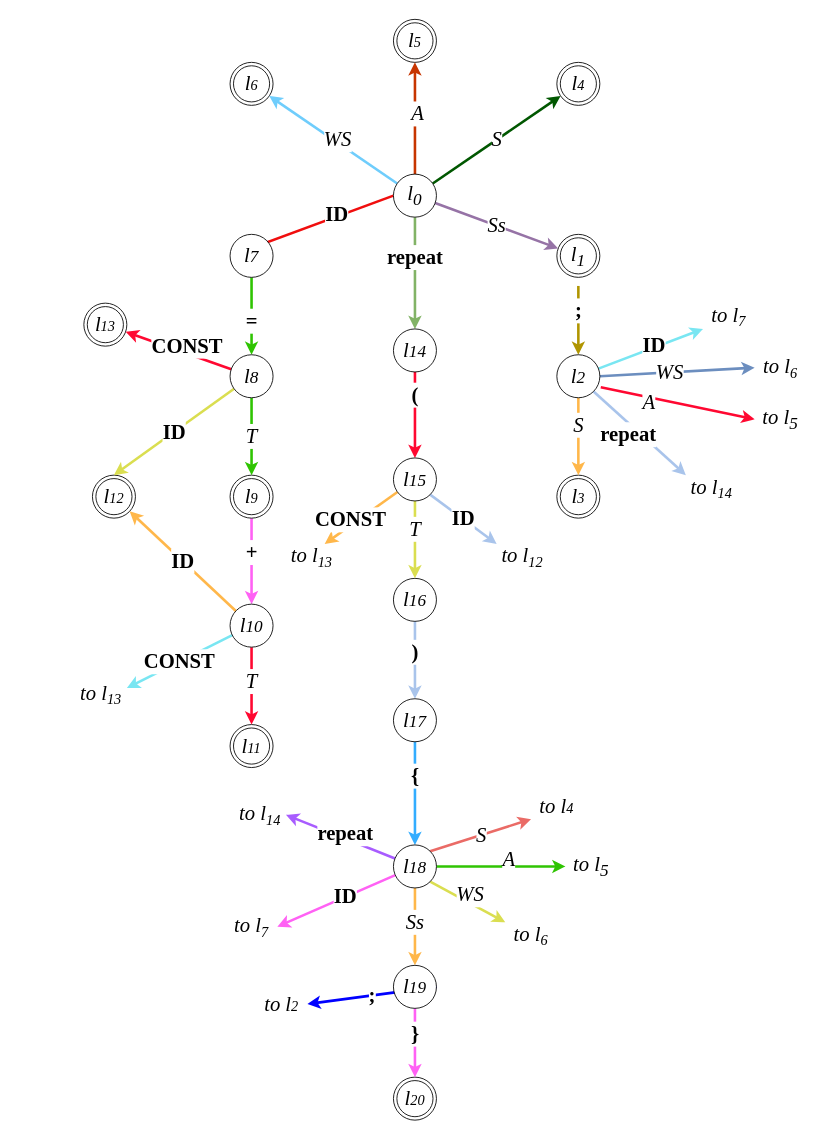
The draw.io diagram Programski Prevodioci/Lab/2021/Lab 2/Latest.drawio in sssteeefaaan/VII-Semestar, before the edit. Source tidied: cells renumbered, new cells numbered last; positions are measured from the earlier drawing's top-left corner, leaving out a move shared by most shapes. Both pictures are drawn from the tidied source at 86%, with x=0, y=0 at pixel (75, 19).
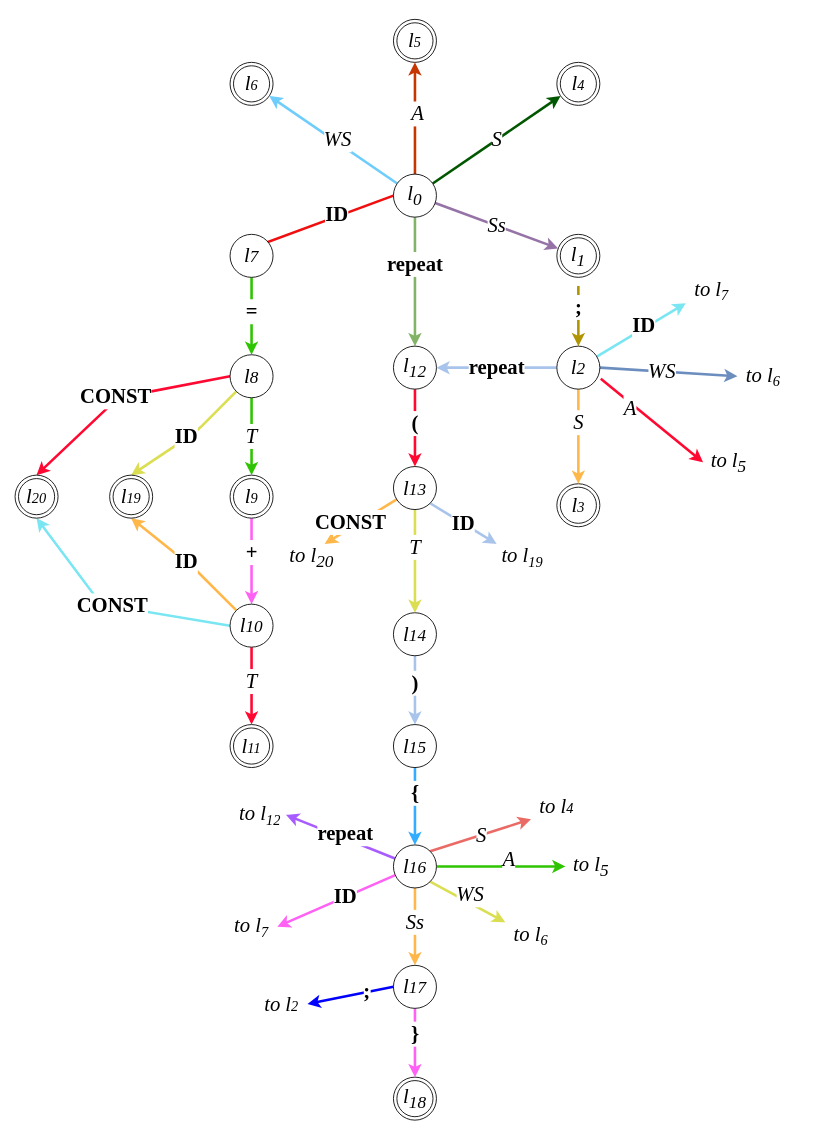
The same diagram, later.

Unchanged cells that the change refers to:
```xml
<mxCell id="7" value="&lt;h1&gt;&lt;i style=&quot;font-weight: normal&quot;&gt;&lt;font face=&quot;Times New Roman&quot;&gt;l&lt;span style=&quot;font-size: 16.6667px&quot;&gt;11&lt;/span&gt;&lt;/font&gt;&lt;/i&gt;&lt;/h1&gt;" style="ellipse;shape=doubleEllipse;whiteSpace=wrap;html=1;" parent="1" vertex="1">
  <mxGeometry x="180" y="820" width="50" height="50" as="geometry" />
</mxCell>
<mxCell id="28" value="&lt;h1&gt;&lt;i style=&quot;font-weight: normal&quot;&gt;l&lt;span style=&quot;font-size: 20px&quot;&gt;7&lt;/span&gt;&lt;/i&gt;&lt;/h1&gt;" style="ellipse;whiteSpace=wrap;html=1;fontFamily=Times New Roman;" parent="1" vertex="1">
  <mxGeometry x="180" y="250" width="50" height="50" as="geometry" />
</mxCell>
<mxCell id="32" value="&lt;h1&gt;&lt;i style=&quot;font-weight: normal&quot;&gt;l&lt;span style=&quot;font-size: 20px&quot;&gt;8&lt;/span&gt;&lt;/i&gt;&lt;/h1&gt;" style="ellipse;whiteSpace=wrap;html=1;fontFamily=Times New Roman;" parent="1" vertex="1">
  <mxGeometry x="180" y="390" width="50" height="50" as="geometry" />
</mxCell>
<mxCell id="36" value="&lt;h1&gt;&lt;i style=&quot;font-weight: normal&quot;&gt;l&lt;span style=&quot;font-size: 20px&quot;&gt;10&lt;/span&gt;&lt;/i&gt;&lt;/h1&gt;" style="ellipse;whiteSpace=wrap;html=1;fontFamily=Times New Roman;" parent="1" vertex="1">
  <mxGeometry x="180" y="680" width="50" height="50" as="geometry" />
</mxCell>
<mxCell id="68" value="&lt;i&gt;to l&lt;span style=&quot;font-size: 16.6667px&quot;&gt;2&lt;/span&gt;&lt;/i&gt;" style="text;html=1;strokeColor=none;fillColor=none;align=center;verticalAlign=middle;whiteSpace=wrap;rounded=0;fontFamily=Times New Roman;fontSize=24;" parent="1" vertex="1">
  <mxGeometry x="210" y="1130" width="60" height="30" as="geometry" />
</mxCell>
```

What changed in the source:
```diff
@@
-    <mxCell id="4" value="&lt;h1&gt;&lt;i style=&quot;font-weight: normal&quot;&gt;&lt;font face=&quot;Times New Roman&quot;&gt;l&lt;span style=&quot;font-size: 16.6667px&quot;&gt;20&lt;/span&gt;&lt;/font&gt;&lt;/i&gt;&lt;/h1&gt;" style="ellipse;shape=doubleEllipse;whiteSpace=wrap;html=1;" parent="1" vertex="1">
+    <mxCell id="4" value="&lt;h1&gt;&lt;font face=&quot;Times New Roman&quot;&gt;&lt;span style=&quot;font-weight: 400&quot;&gt;&lt;i&gt;l&lt;sub&gt;18&lt;/sub&gt;&lt;/i&gt;&lt;/span&gt;&lt;/font&gt;&lt;/h1&gt;" style="ellipse;shape=doubleEllipse;whiteSpace=wrap;html=1;" parent="1" vertex="1">
       <mxGeometry x="370" y="1230" width="50" height="50" as="geometry" />
     </mxCell>
-    <mxCell id="5" value="&lt;h1&gt;&lt;i style=&quot;font-weight: normal&quot;&gt;&lt;font face=&quot;Times New Roman&quot;&gt;l&lt;span style=&quot;font-size: 16.6667px&quot;&gt;13&lt;/span&gt;&lt;/font&gt;&lt;/i&gt;&lt;/h1&gt;" style="ellipse;shape=doubleEllipse;whiteSpace=wrap;html=1;" parent="1" vertex="1">
-      <mxGeometry x="10" y="330" width="50" height="50" as="geometry" />
-    </mxCell>
-    <mxCell id="6" value="&lt;h1&gt;&lt;i style=&quot;font-weight: normal&quot;&gt;&lt;font face=&quot;Times New Roman&quot;&gt;l&lt;span style=&quot;font-size: 16.6667px&quot;&gt;12&lt;/span&gt;&lt;/font&gt;&lt;/i&gt;&lt;/h1&gt;" style="ellipse;shape=doubleEllipse;whiteSpace=wrap;html=1;" parent="1" vertex="1">
-      <mxGeometry x="20" y="530" width="50" height="50" as="geometry" />
-    </mxCell>
@@
     <mxCell id="13" value="&lt;h1&gt;&lt;i style=&quot;font-weight: normal&quot;&gt;&lt;font face=&quot;Times New Roman&quot;&gt;l&lt;span style=&quot;font-size: 16.6667px&quot;&gt;3&lt;/span&gt;&lt;/font&gt;&lt;/i&gt;&lt;/h1&gt;" style="ellipse;shape=doubleEllipse;whiteSpace=wrap;html=1;" parent="1" vertex="1">
-      <mxGeometry x="560" y="530" width="50" height="50" as="geometry" />
+      <mxGeometry x="560" y="540" width="50" height="50" as="geometry" />
     </mxCell>
@@
     <mxCell id="19" value="&lt;b&gt;=&lt;/b&gt;" style="jettySize=auto;html=1;entryDx=0;entryDy=0;fontFamily=Times New Roman;fontSize=24;elbow=vertical;orthogonal=1;strokeColor=#2FC402;strokeWidth=3;exitX=0.5;exitY=1;exitDx=0;exitDy=0;" parent="1" edge="1" source="28" target="32">
-      <mxGeometry x="0.11" relative="1" as="geometry">
-        <mxPoint y="1" as="offset" />
-      </mxGeometry>
+      <mxGeometry x="-0.11" relative="1" as="geometry" />
     </mxCell>
@@
-    <mxCell id="25" value="&lt;b&gt;repeat&lt;/b&gt;" style="jettySize=auto;html=1;exitDx=0;exitDy=0;fontFamily=Times New Roman;fontSize=24;elbow=vertical;targetPortConstraint=none;orthogonal=1;strokeColor=#A9C4EB;strokeWidth=3;exitX=1;exitY=1;entryX=0;entryY=0;entryDx=0;entryDy=0;" parent="1" edge="1" source="27" target="60">
-      <mxGeometry x="-0.12" y="-10" relative="1" as="geometry" />
+    <mxCell id="25" value="&lt;b&gt;repeat&lt;/b&gt;" style="jettySize=auto;html=1;exitDx=0;exitDy=0;fontFamily=Times New Roman;fontSize=24;elbow=vertical;targetPortConstraint=none;orthogonal=1;strokeColor=#A9C4EB;strokeWidth=3;exitX=0;exitY=0.5;entryX=1;entryY=0.5;entryDx=0;entryDy=0;" parent="1" edge="1" source="27" target="38">
+      <mxGeometry relative="1" as="geometry" />
     </mxCell>
@@
     <mxCell id="27" value="&lt;h1&gt;&lt;i style=&quot;font-weight: normal&quot;&gt;l&lt;span style=&quot;font-size: 20px&quot;&gt;2&lt;/span&gt;&lt;/i&gt;&lt;/h1&gt;" style="ellipse;whiteSpace=wrap;html=1;fontFamily=Times New Roman;" parent="1" vertex="1">
-      <mxGeometry x="560" y="390" width="50" height="50" as="geometry" />
+      <mxGeometry x="560" y="380" width="50" height="50" as="geometry" />
     </mxCell>
@@
-    <mxCell id="30" value="&lt;b&gt;ID&lt;/b&gt;" style="jettySize=auto;html=1;exitDx=0;exitDy=0;fontFamily=Times New Roman;fontSize=24;elbow=vertical;orthogonal=1;strokeColor=#DADE50;strokeWidth=3;entryX=0.5;entryY=0;entryDx=0;entryDy=0;" parent="1" edge="1" source="32" target="6">
-      <mxGeometry relative="1" as="geometry" />
+    <mxCell id="30" value="&lt;b&gt;ID&lt;/b&gt;" style="jettySize=auto;html=1;exitDx=0;exitDy=0;fontFamily=Times New Roman;fontSize=24;elbow=vertical;orthogonal=1;strokeColor=#DADE50;strokeWidth=3;entryX=0.5;entryY=0;entryDx=0;entryDy=0;" parent="1" edge="1" source="32" target="70">
+      <mxGeometry y="-2" relative="1" as="geometry">
+        <Array as="points">
+          <mxPoint x="140" y="480" />
+        </Array>
+      </mxGeometry>
     </mxCell>
-    <mxCell id="31" value="&lt;b&gt;CONST&lt;/b&gt;" style="jettySize=auto;html=1;exitDx=0;exitDy=0;entryDx=0;entryDy=0;entryPerimeter=0;fontFamily=Times New Roman;fontSize=24;elbow=vertical;orthogonal=1;strokeColor=#FF0831;strokeWidth=3;" parent="1" edge="1" source="32" target="5">
-      <mxGeometry x="-0.12" y="-8" relative="1" as="geometry" />
+    <mxCell id="31" value="&lt;b&gt;CONST&lt;/b&gt;" style="jettySize=auto;html=1;exitDx=0;exitDy=0;entryDx=0;entryDy=0;fontFamily=Times New Roman;fontSize=24;elbow=vertical;orthogonal=1;strokeColor=#FF0831;strokeWidth=3;entryX=0.5;entryY=0;exitX=0;exitY=0.5;" parent="1" edge="1" source="32" target="71">
+      <mxGeometry x="0.02" y="-3" relative="1" as="geometry">
+        <Array as="points">
+          <mxPoint x="50" y="440" />
+        </Array>
+      </mxGeometry>
     </mxCell>
@@
-    <mxCell id="33" value="&lt;span style=&quot;font-style: normal&quot;&gt;&lt;b&gt;ID&lt;/b&gt;&lt;/span&gt;" style="rounded=0;jettySize=auto;html=1;exitDx=0;exitDy=0;entryDx=0;entryDy=0;fontFamily=Times New Roman;fontSize=24;elbow=vertical;fontStyle=2;orthogonal=1;strokeColor=#FFB74A;strokeWidth=3;" parent="1" edge="1" source="36" target="6">
-      <mxGeometry relative="1" as="geometry" />
+    <mxCell id="33" value="&lt;span style=&quot;font-style: normal&quot;&gt;&lt;b&gt;ID&lt;/b&gt;&lt;/span&gt;" style="rounded=0;jettySize=auto;html=1;exitDx=0;exitDy=0;entryDx=0;entryDy=0;fontFamily=Times New Roman;fontSize=24;elbow=vertical;fontStyle=2;orthogonal=1;strokeColor=#FFB74A;strokeWidth=3;entryX=0.5;entryY=1;" parent="1" edge="1" source="36" target="70">
+      <mxGeometry relative="1" as="geometry">
+        <Array as="points">
+          <mxPoint x="140" y="640" />
+        </Array>
+      </mxGeometry>
     </mxCell>
-    <mxCell id="34" value="&lt;b&gt;CONST&lt;/b&gt;" style="rounded=0;jettySize=auto;html=1;exitDx=0;exitDy=0;fontFamily=Times New Roman;fontSize=24;elbow=vertical;orthogonal=1;strokeColor=#79E6F2;strokeWidth=3;entryX=1;entryY=0.25;entryDx=0;entryDy=0;" parent="1" edge="1" source="36" target="67">
-      <mxGeometry relative="1" as="geometry" />
+    <mxCell id="34" value="&lt;b&gt;CONST&lt;/b&gt;" style="rounded=0;jettySize=auto;html=1;exitDx=0;exitDy=0;fontFamily=Times New Roman;fontSize=24;elbow=vertical;orthogonal=1;strokeColor=#79E6F2;strokeWidth=3;entryX=0.5;entryY=1;entryDx=0;entryDy=0;exitX=0;exitY=0.5;" parent="1" edge="1" source="36" target="71">
+      <mxGeometry relative="1" as="geometry">
+        <Array as="points">
+          <mxPoint x="30" y="680" />
+        </Array>
+      </mxGeometry>
     </mxCell>
-    <mxCell id="35" value="&lt;i&gt;T&lt;/i&gt;" style="jettySize=auto;html=1;exitDx=0;exitDy=0;entryDx=0;entryDy=0;fontFamily=Times New Roman;fontSize=24;elbow=vertical;orthogonal=1;strokeColor=#FF0831;strokeWidth=3;" parent="1" edge="1" source="36" target="7">
+    <mxCell id="35" value="&lt;i&gt;T&lt;/i&gt;" style="jettySize=auto;html=1;exitDx=0;exitDy=0;entryDx=0;entryDy=0;fontFamily=Times New Roman;fontSize=24;elbow=vertical;orthogonal=1;strokeColor=#FF0831;strokeWidth=3;entryX=0.5;entryY=0;" parent="1" edge="1" source="36" target="7">
       <mxGeometry x="-0.11" relative="1" as="geometry" />
     </mxCell>
@@
     <mxCell id="37" value="&lt;b&gt;(&lt;/b&gt;" style="jettySize=auto;html=1;exitDx=0;exitDy=0;entryDx=0;entryDy=0;fontFamily=Times New Roman;fontSize=24;elbow=vertical;orthogonal=1;strokeColor=#FF0831;strokeWidth=3;entryX=0.5;entryY=0;exitX=0.5;exitY=1;" parent="1" edge="1" source="38" target="56">
-      <mxGeometry x="-0.45" relative="1" as="geometry">
-        <mxPoint y="-1" as="offset" />
-      </mxGeometry>
+      <mxGeometry x="-0.11" relative="1" as="geometry" />
     </mxCell>
-    <mxCell id="38" value="&lt;h1&gt;&lt;i style=&quot;font-weight: normal&quot;&gt;l&lt;span style=&quot;font-size: 20px&quot;&gt;14&lt;/span&gt;&lt;/i&gt;&lt;/h1&gt;" style="ellipse;whiteSpace=wrap;html=1;fontFamily=Times New Roman;" parent="1" vertex="1">
-      <mxGeometry x="370" y="360" width="50" height="50" as="geometry" />
+    <mxCell id="38" value="&lt;h1 style=&quot;font-size: 24px&quot;&gt;&lt;i style=&quot;font-weight: normal&quot;&gt;l&lt;span&gt;&lt;sub&gt;12&lt;/sub&gt;&lt;/span&gt;&lt;/i&gt;&lt;/h1&gt;" style="ellipse;whiteSpace=wrap;html=1;fontFamily=Times New Roman;" parent="1" vertex="1">
+      <mxGeometry x="370" y="380" width="50" height="50" as="geometry" />
     </mxCell>
@@
-    <mxCell id="40" value="&lt;h1&gt;&lt;i style=&quot;font-weight: normal&quot;&gt;l&lt;span style=&quot;font-size: 20px&quot;&gt;16&lt;/span&gt;&lt;/i&gt;&lt;/h1&gt;" style="ellipse;whiteSpace=wrap;html=1;fontFamily=Times New Roman;" parent="1" vertex="1">
-      <mxGeometry x="370" y="650" width="50" height="50" as="geometry" />
+    <mxCell id="40" value="&lt;h1&gt;&lt;i style=&quot;font-weight: normal&quot;&gt;l&lt;span style=&quot;font-size: 20px&quot;&gt;14&lt;/span&gt;&lt;/i&gt;&lt;/h1&gt;" style="ellipse;whiteSpace=wrap;html=1;fontFamily=Times New Roman;" parent="1" vertex="1">
+      <mxGeometry x="370" y="690" width="50" height="50" as="geometry" />
     </mxCell>
@@
-    <mxCell id="42" value="&lt;h1&gt;&lt;i style=&quot;font-weight: normal&quot;&gt;l&lt;span style=&quot;font-size: 20px&quot;&gt;17&lt;/span&gt;&lt;/i&gt;&lt;/h1&gt;" style="ellipse;whiteSpace=wrap;html=1;fontFamily=Times New Roman;" parent="1" vertex="1">
-      <mxGeometry x="370" y="790" width="50" height="50" as="geometry" />
+    <mxCell id="42" value="&lt;h1&gt;&lt;i style=&quot;font-weight: normal&quot;&gt;l&lt;span style=&quot;font-size: 20px&quot;&gt;15&lt;/span&gt;&lt;/i&gt;&lt;/h1&gt;" style="ellipse;whiteSpace=wrap;html=1;fontFamily=Times New Roman;" parent="1" vertex="1">
+      <mxGeometry x="370" y="820" width="50" height="50" as="geometry" />
     </mxCell>
@@
-    <mxCell id="48" value="&lt;font style=&quot;font-size: 24px&quot;&gt;&lt;b&gt;;&lt;/b&gt;&lt;/font&gt;" style="rounded=0;jettySize=auto;html=1;exitX=1;exitY=0.5;exitDx=0;exitDy=0;fontFamily=Times New Roman;strokeColor=#0000FF;strokeWidth=3;entryX=1;entryY=0.5;entryDx=0;entryDy=0;" parent="1" edge="1" source="52" target="68">
-      <mxGeometry relative="1" as="geometry" />
+    <mxCell id="48" value="&lt;font style=&quot;font-size: 24px&quot;&gt;&lt;b&gt;;&lt;/b&gt;&lt;/font&gt;" style="rounded=0;jettySize=auto;html=1;exitX=0;exitY=0.5;exitDx=0;exitDy=0;fontFamily=Times New Roman;strokeColor=#0000FF;strokeWidth=3;entryX=1;entryY=0.5;entryDx=0;entryDy=0;" parent="1" edge="1" source="52" target="68">
+      <mxGeometry x="-0.4" y="-1" relative="1" as="geometry" />
     </mxCell>
@@
-    <mxCell id="50" value="&lt;h1&gt;&lt;i style=&quot;font-weight: normal&quot;&gt;l&lt;span style=&quot;font-size: 20px&quot;&gt;18&lt;/span&gt;&lt;/i&gt;&lt;/h1&gt;" style="ellipse;whiteSpace=wrap;html=1;fontFamily=Times New Roman;" parent="1" vertex="1">
+    <mxCell id="50" value="&lt;h1&gt;&lt;i style=&quot;font-weight: normal&quot;&gt;l&lt;span style=&quot;font-size: 20px&quot;&gt;16&lt;/span&gt;&lt;/i&gt;&lt;/h1&gt;" style="ellipse;whiteSpace=wrap;html=1;fontFamily=Times New Roman;" parent="1" vertex="1">
       <mxGeometry x="370" y="960" width="50" height="50" as="geometry" />
     </mxCell>
@@
-    <mxCell id="52" value="&lt;h1&gt;&lt;i style=&quot;font-weight: normal&quot;&gt;l&lt;span style=&quot;font-size: 20px&quot;&gt;19&lt;/span&gt;&lt;/i&gt;&lt;/h1&gt;" style="ellipse;whiteSpace=wrap;html=1;fontFamily=Times New Roman;" parent="1" vertex="1">
+    <mxCell id="52" value="&lt;h1&gt;&lt;i style=&quot;font-weight: normal&quot;&gt;l&lt;span style=&quot;font-size: 20px&quot;&gt;17&lt;/span&gt;&lt;/i&gt;&lt;/h1&gt;" style="ellipse;whiteSpace=wrap;html=1;fontFamily=Times New Roman;" parent="1" vertex="1">
       <mxGeometry x="370" y="1100" width="50" height="50" as="geometry" />
     </mxCell>
@@
-    <mxCell id="56" value="&lt;h1&gt;&lt;i style=&quot;font-weight: normal&quot;&gt;l&lt;span style=&quot;font-size: 20px&quot;&gt;15&lt;/span&gt;&lt;/i&gt;&lt;/h1&gt;" style="ellipse;whiteSpace=wrap;html=1;fontFamily=Times New Roman;" parent="1" vertex="1">
-      <mxGeometry x="370" y="510" width="50" height="50" as="geometry" />
+    <mxCell id="56" value="&lt;h1&gt;&lt;i style=&quot;font-weight: normal&quot;&gt;l&lt;span style=&quot;font-size: 20px&quot;&gt;13&lt;/span&gt;&lt;/i&gt;&lt;/h1&gt;" style="ellipse;whiteSpace=wrap;html=1;fontFamily=Times New Roman;" parent="1" vertex="1">
+      <mxGeometry x="370" y="520" width="50" height="50" as="geometry" />
     </mxCell>
     <mxCell id="57" value="&lt;i&gt;to l&lt;sub&gt;5&lt;/sub&gt;&lt;/i&gt;" style="text;html=1;strokeColor=none;fillColor=none;align=center;verticalAlign=middle;whiteSpace=wrap;rounded=0;fontFamily=Times New Roman;fontSize=24;" parent="1" vertex="1">
-      <mxGeometry x="790" y="450" width="60" height="30" as="geometry" />
+      <mxGeometry x="730" y="500" width="60" height="30" as="geometry" />
     </mxCell>
     <mxCell id="58" value="&lt;i&gt;to l&lt;span style=&quot;font-size: 20px&quot;&gt;&lt;sub&gt;6&lt;/sub&gt;&lt;/span&gt;&lt;/i&gt;" style="text;html=1;strokeColor=none;fillColor=none;align=center;verticalAlign=middle;whiteSpace=wrap;rounded=0;fontFamily=Times New Roman;fontSize=24;" parent="1" vertex="1">
-      <mxGeometry x="790" y="390" width="60" height="30" as="geometry" />
+      <mxGeometry x="770" y="400" width="60" height="30" as="geometry" />
     </mxCell>
     <mxCell id="59" value="&lt;i&gt;to l&lt;span style=&quot;font-size: 20px&quot;&gt;&lt;sub&gt;7&lt;/sub&gt;&lt;/span&gt;&lt;/i&gt;" style="text;html=1;strokeColor=none;fillColor=none;align=center;verticalAlign=middle;whiteSpace=wrap;rounded=0;fontFamily=Times New Roman;fontSize=24;" parent="1" vertex="1">
-      <mxGeometry x="730" y="330" width="60" height="30" as="geometry" />
+      <mxGeometry x="710" y="300" width="60" height="30" as="geometry" />
     </mxCell>
-    <mxCell id="60" value="&lt;i&gt;to l&lt;span style=&quot;font-size: 20px&quot;&gt;&lt;sub&gt;14&lt;/sub&gt;&lt;/span&gt;&lt;/i&gt;" style="text;html=1;strokeColor=none;fillColor=none;align=center;verticalAlign=middle;whiteSpace=wrap;rounded=0;fontFamily=Times New Roman;fontSize=24;" parent="1" vertex="1">
-      <mxGeometry x="710" y="530" width="60" height="30" as="geometry" />
-    </mxCell>
@@
-    <mxCell id="64" value="&lt;i&gt;to l&lt;span style=&quot;font-size: 20px&quot;&gt;&lt;sub&gt;14&lt;/sub&gt;&lt;/span&gt;&lt;/i&gt;" style="text;html=1;strokeColor=none;fillColor=none;align=center;verticalAlign=middle;whiteSpace=wrap;rounded=0;fontFamily=Times New Roman;fontSize=24;" parent="1" vertex="1">
+    <mxCell id="64" value="&lt;i&gt;to l&lt;span style=&quot;font-size: 20px&quot;&gt;&lt;sub&gt;12&lt;/sub&gt;&lt;/span&gt;&lt;/i&gt;" style="text;html=1;strokeColor=none;fillColor=none;align=center;verticalAlign=middle;whiteSpace=wrap;rounded=0;fontFamily=Times New Roman;fontSize=24;" parent="1" vertex="1">
       <mxGeometry x="185" y="910" width="60" height="30" as="geometry" />
     </mxCell>
-    <mxCell id="65" value="&lt;i&gt;to l&lt;span style=&quot;font-size: 20px&quot;&gt;&lt;sub&gt;12&lt;/sub&gt;&lt;/span&gt;&lt;/i&gt;" style="text;html=1;strokeColor=none;fillColor=none;align=center;verticalAlign=middle;whiteSpace=wrap;rounded=0;fontFamily=Times New Roman;fontSize=24;" parent="1" vertex="1">
+    <mxCell id="65" value="&lt;i&gt;to l&lt;span style=&quot;font-size: 20px&quot;&gt;&lt;sub&gt;19&lt;/sub&gt;&lt;/span&gt;&lt;/i&gt;" style="text;html=1;strokeColor=none;fillColor=none;align=center;verticalAlign=middle;whiteSpace=wrap;rounded=0;fontFamily=Times New Roman;fontSize=24;" parent="1" vertex="1">
       <mxGeometry x="490" y="610" width="60" height="30" as="geometry" />
     </mxCell>
-    <mxCell id="66" value="&lt;i&gt;to l&lt;span style=&quot;font-size: 20px&quot;&gt;&lt;sub&gt;13&lt;br&gt;&lt;/sub&gt;&lt;/span&gt;&lt;/i&gt;" style="text;html=1;strokeColor=none;fillColor=none;align=center;verticalAlign=middle;whiteSpace=wrap;rounded=0;fontFamily=Times New Roman;fontSize=24;" parent="1" vertex="1">
+    <mxCell id="66" value="&lt;i&gt;to l&lt;sub&gt;20&lt;/sub&gt;&lt;span style=&quot;font-size: 20px&quot;&gt;&lt;sub&gt;&lt;br&gt;&lt;/sub&gt;&lt;/span&gt;&lt;/i&gt;" style="text;html=1;strokeColor=none;fillColor=none;align=center;verticalAlign=middle;whiteSpace=wrap;rounded=0;fontFamily=Times New Roman;fontSize=24;" parent="1" vertex="1">
       <mxGeometry x="245" y="610" width="60" height="30" as="geometry" />
     </mxCell>
-    <mxCell id="67" value="&lt;i&gt;to l&lt;span style=&quot;font-size: 20px&quot;&gt;&lt;sub&gt;13&lt;br&gt;&lt;/sub&gt;&lt;/span&gt;&lt;/i&gt;" style="text;html=1;strokeColor=none;fillColor=none;align=center;verticalAlign=middle;whiteSpace=wrap;rounded=0;fontFamily=Times New Roman;fontSize=24;" parent="1" vertex="1">
-      <mxGeometry y="770" width="60" height="30" as="geometry" />
-    </mxCell>
@@
+    <mxCell id="70" value="&lt;h1&gt;&lt;i style=&quot;font-weight: normal&quot;&gt;&lt;font face=&quot;Times New Roman&quot;&gt;l&lt;span style=&quot;font-size: 16.6667px&quot;&gt;19&lt;/span&gt;&lt;/font&gt;&lt;/i&gt;&lt;/h1&gt;" style="ellipse;shape=doubleEllipse;whiteSpace=wrap;html=1;" parent="1" vertex="1">
+      <mxGeometry x="40" y="530" width="50" height="50" as="geometry" />
+    </mxCell>
+    <mxCell id="71" value="&lt;h1&gt;&lt;i style=&quot;font-weight: normal&quot;&gt;&lt;font face=&quot;Times New Roman&quot;&gt;l&lt;span style=&quot;font-size: 16.6667px&quot;&gt;20&lt;/span&gt;&lt;/font&gt;&lt;/i&gt;&lt;/h1&gt;" style="ellipse;shape=doubleEllipse;whiteSpace=wrap;html=1;" parent="1" vertex="1">
+      <mxGeometry x="-70" y="530" width="50" height="50" as="geometry" />
+    </mxCell>
```
